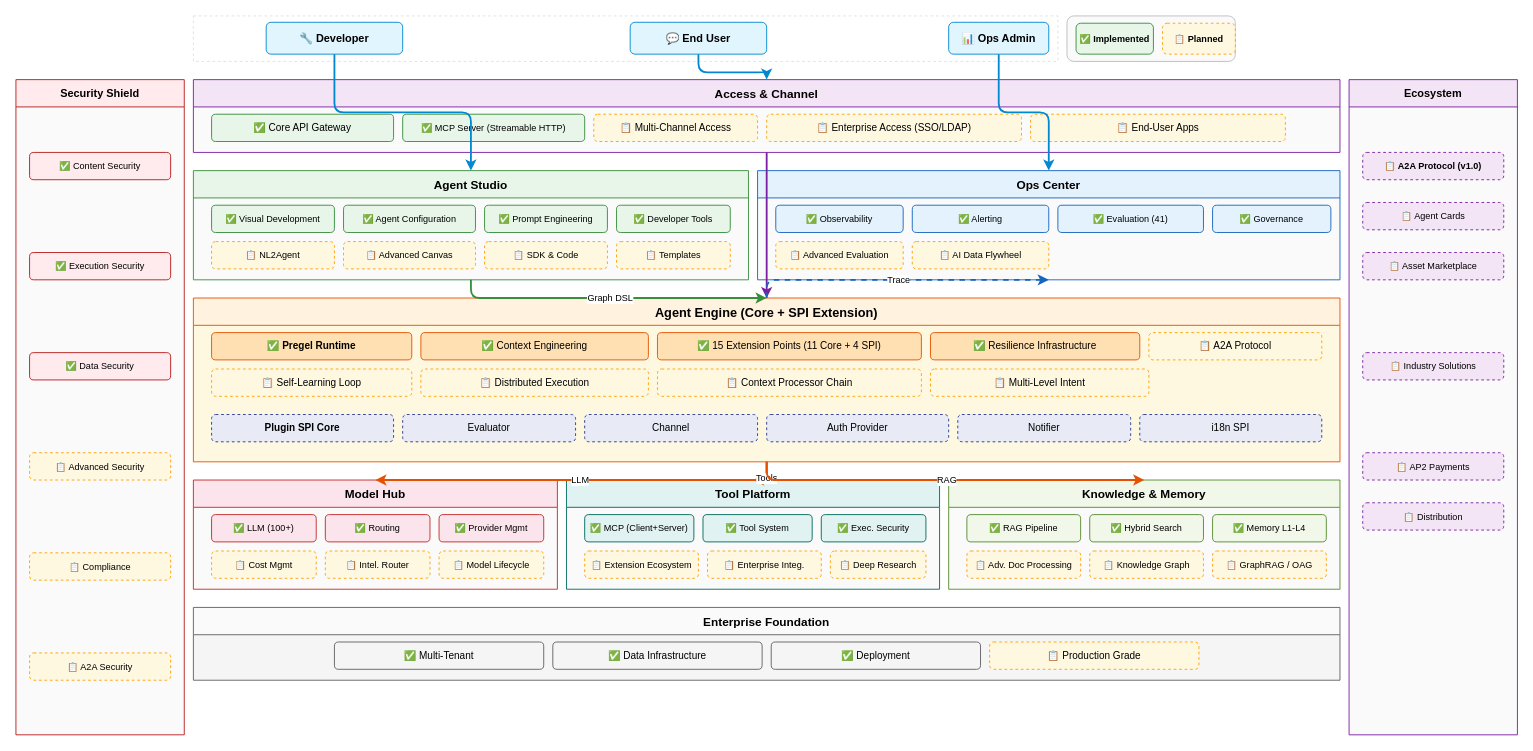
xueyufish/hecate keeps this draw.io diagram as docs/design/hardware/hardware_architecture.drawio. Above is the earlier version. Source tidied: cells renumbered, new cells numbered last; positions are measured from the earlier drawing's top-left corner, leaving out a move shared by most shapes. Both pictures are drawn from the tidied source at 91%, with x=0, y=0 at pixel (15, 15).
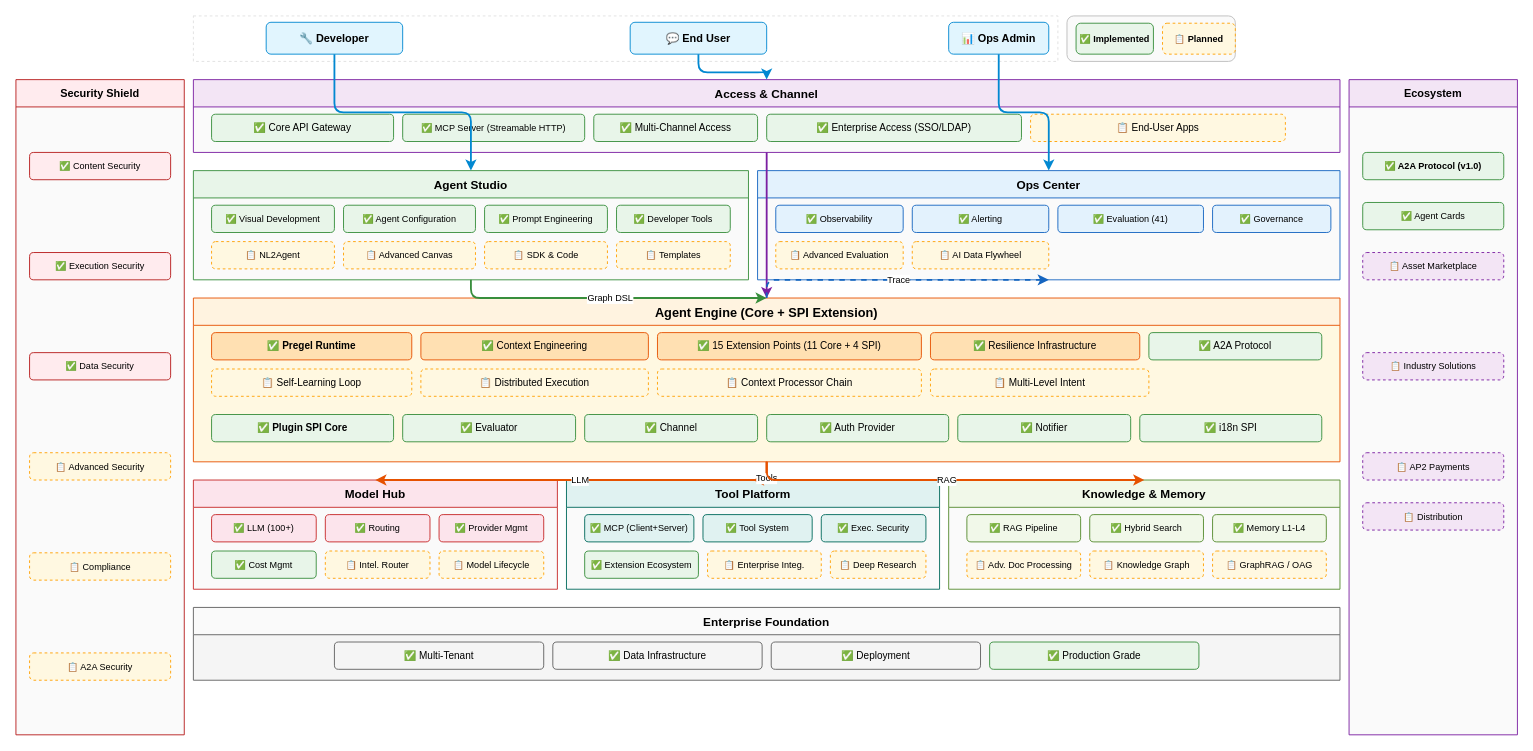
The same page after the edit.

Unchanged cells that the change refers to:
```xml
<mxCell id="12" value="Ecosystem" style="swimlane;startSize=30;fillColor=#F3E5F5;strokeColor=#7B1FA2;fontSize=12;fontStyle=1;swimlaneFillColor=#FAFAFA;" parent="1" vertex="1">
  <mxGeometry x="1465" y="70" width="185" height="720" as="geometry" />
</mxCell>
<mxCell id="23" value="Access &amp; Channel" style="swimlane;startSize=30;fillColor=#F3E5F5;strokeColor=#7B1FA2;fontSize=13;fontStyle=1;swimlaneFillColor=#FAFAFA;" parent="1" vertex="1">
  <mxGeometry x="195" y="70" width="1260" height="80" as="geometry" />
</mxCell>
<mxCell id="45" value="Agent Engine (Core + SPI Extension)" style="swimlane;startSize=30;fillColor=#FFF3E0;strokeColor=#E65100;fontSize=14;fontStyle=1;swimlaneFillColor=#FFF8E1;" parent="1" vertex="1">
  <mxGeometry x="195" y="310" width="1260" height="180" as="geometry" />
</mxCell>
<mxCell id="61" value="Model Hub" style="swimlane;startSize=30;fillColor=#FCE4EC;strokeColor=#C62828;fontSize=13;fontStyle=1;swimlaneFillColor=#FAFAFA;" parent="1" vertex="1">
  <mxGeometry x="195" y="510" width="400" height="120" as="geometry" />
</mxCell>
<mxCell id="68" value="Tool Platform" style="swimlane;startSize=30;fillColor=#E0F2F1;strokeColor=#00695C;fontSize=13;fontStyle=1;swimlaneFillColor=#FAFAFA;" parent="1" vertex="1">
  <mxGeometry x="605" y="510" width="410" height="120" as="geometry" />
</mxCell>
<mxCell id="82" value="Enterprise Foundation" style="swimlane;startSize=30;fillColor=#FAFAFA;strokeColor=#616161;fontSize=13;fontStyle=1;swimlaneFillColor=#F5F5F5;" parent="1" vertex="1">
  <mxGeometry x="195" y="650" width="1260" height="80" as="geometry" />
</mxCell>
```

Diff of the diagram source:
```diff
@@
-    <mxCell id="13" value="📋 A2A Protocol (v1.0)" style="rounded=1;whiteSpace=wrap;html=1;fillColor=#F3E5F5;strokeColor=#7B1FA2;dashed=1;fontSize=10;fontStyle=1;" parent="12" vertex="1">
+    <mxCell id="13" value="✅ A2A Protocol (v1.0)" style="rounded=1;whiteSpace=wrap;html=1;fillColor=#E8F5E9;strokeColor=#388E3C;fontSize=10;fontStyle=1;" parent="12" vertex="1">
       <mxGeometry x="15" y="80" width="155" height="30" as="geometry" />
     </mxCell>
-    <mxCell id="14" value="📋 Agent Cards" style="rounded=1;whiteSpace=wrap;html=1;fillColor=#F3E5F5;strokeColor=#7B1FA2;dashed=1;fontSize=10;" parent="12" vertex="1">
+    <mxCell id="14" value="✅ Agent Cards" style="rounded=1;whiteSpace=wrap;html=1;fillColor=#E8F5E9;strokeColor=#388E3C;fontSize=10;" parent="12" vertex="1">
       <mxGeometry x="15" y="135" width="155" height="30" as="geometry" />
     </mxCell>
@@
-    <mxCell id="26" value="📋 Multi-Channel Access" style="rounded=1;whiteSpace=wrap;html=1;fillColor=#FFF8E1;strokeColor=#FFA000;dashed=1;fontSize=11;" parent="23" vertex="1">
+    <mxCell id="26" value="✅ Multi-Channel Access" style="rounded=1;whiteSpace=wrap;html=1;fillColor=#E8F5E9;strokeColor=#388E3C;fontSize=11;" parent="23" vertex="1">
       <mxGeometry x="440" y="38" width="180" height="30" as="geometry" />
     </mxCell>
-    <mxCell id="27" value="📋 Enterprise Access (SSO/LDAP)" style="rounded=1;whiteSpace=wrap;html=1;fillColor=#FFF8E1;strokeColor=#FFA000;dashed=1;fontSize=11;" parent="23" vertex="1">
+    <mxCell id="27" value="✅ Enterprise Access (SSO/LDAP)" style="rounded=1;whiteSpace=wrap;html=1;fillColor=#E8F5E9;strokeColor=#388E3C;fontSize=11;" parent="23" vertex="1">
       <mxGeometry x="630" y="38" width="280" height="30" as="geometry" />
     </mxCell>
@@
-    <mxCell id="50" value="📋 A2A Protocol" style="rounded=1;whiteSpace=wrap;html=1;fillColor=#FFF8E1;strokeColor=#FFA000;dashed=1;fontSize=11;" parent="45" vertex="1">
+    <mxCell id="50" value="✅ A2A Protocol" style="rounded=1;whiteSpace=wrap;html=1;fillColor=#E8F5E9;strokeColor=#388E3C;fontSize=11;" parent="45" vertex="1">
       <mxGeometry x="1050" y="38" width="190" height="30" as="geometry" />
     </mxCell>
@@
-    <mxCell id="55" value="Plugin SPI Core" style="rounded=1;whiteSpace=wrap;html=1;fillColor=#E8EAF6;strokeColor=#283593;dashed=1;fontSize=11;fontStyle=1;" parent="45" vertex="1">
+    <mxCell id="55" value="✅ Plugin SPI Core" style="rounded=1;whiteSpace=wrap;html=1;fillColor=#E8F5E9;strokeColor=#388E3C;fontSize=11;fontStyle=1;" parent="45" vertex="1">
       <mxGeometry x="20" y="128" width="200" height="30" as="geometry" />
     </mxCell>
-    <mxCell id="56" value="Evaluator" style="rounded=1;whiteSpace=wrap;html=1;fillColor=#E8EAF6;strokeColor=#283593;dashed=1;fontSize=11;" parent="45" vertex="1">
+    <mxCell id="56" value="✅ Evaluator" style="rounded=1;whiteSpace=wrap;html=1;fillColor=#E8F5E9;strokeColor=#388E3C;fontSize=11;" parent="45" vertex="1">
       <mxGeometry x="230" y="128" width="190" height="30" as="geometry" />
     </mxCell>
-    <mxCell id="57" value="Channel" style="rounded=1;whiteSpace=wrap;html=1;fillColor=#E8EAF6;strokeColor=#283593;dashed=1;fontSize=11;" parent="45" vertex="1">
+    <mxCell id="57" value="✅ Channel" style="rounded=1;whiteSpace=wrap;html=1;fillColor=#E8F5E9;strokeColor=#388E3C;fontSize=11;" parent="45" vertex="1">
       <mxGeometry x="430" y="128" width="190" height="30" as="geometry" />
     </mxCell>
-    <mxCell id="58" value="Auth Provider" style="rounded=1;whiteSpace=wrap;html=1;fillColor=#E8EAF6;strokeColor=#283593;dashed=1;fontSize=11;" parent="45" vertex="1">
+    <mxCell id="58" value="✅ Auth Provider" style="rounded=1;whiteSpace=wrap;html=1;fillColor=#E8F5E9;strokeColor=#388E3C;fontSize=11;" parent="45" vertex="1">
       <mxGeometry x="630" y="128" width="200" height="30" as="geometry" />
     </mxCell>
-    <mxCell id="59" value="Notifier" style="rounded=1;whiteSpace=wrap;html=1;fillColor=#E8EAF6;strokeColor=#283593;dashed=1;fontSize=11;" parent="45" vertex="1">
+    <mxCell id="59" value="✅ Notifier" style="rounded=1;whiteSpace=wrap;html=1;fillColor=#E8F5E9;strokeColor=#388E3C;fontSize=11;" parent="45" vertex="1">
       <mxGeometry x="840" y="128" width="190" height="30" as="geometry" />
     </mxCell>
-    <mxCell id="60" value="i18n SPI" style="rounded=1;whiteSpace=wrap;html=1;fillColor=#E8EAF6;strokeColor=#283593;dashed=1;fontSize=11;" parent="45" vertex="1">
+    <mxCell id="60" value="✅ i18n SPI" style="rounded=1;whiteSpace=wrap;html=1;fillColor=#E8F5E9;strokeColor=#388E3C;fontSize=11;" parent="45" vertex="1">
       <mxGeometry x="1040" y="128" width="200" height="30" as="geometry" />
     </mxCell>
@@
-    <mxCell id="65" value="📋 Cost Mgmt" style="rounded=1;whiteSpace=wrap;html=1;fillColor=#FFF8E1;strokeColor=#FFA000;dashed=1;fontSize=10;" parent="61" vertex="1">
+    <mxCell id="65" value="✅ Cost Mgmt" style="rounded=1;whiteSpace=wrap;html=1;fillColor=#E8F5E9;strokeColor=#388E3C;fontSize=10;" parent="61" vertex="1">
       <mxGeometry x="20" y="78" width="115" height="30" as="geometry" />
     </mxCell>
@@
-    <mxCell id="72" value="📋 Extension Ecosystem" style="rounded=1;whiteSpace=wrap;html=1;fillColor=#FFF8E1;strokeColor=#FFA000;dashed=1;fontSize=10;" parent="68" vertex="1">
+    <mxCell id="72" value="✅ Extension Ecosystem" style="rounded=1;whiteSpace=wrap;html=1;fillColor=#E8F5E9;strokeColor=#388E3C;fontSize=10;" parent="68" vertex="1">
       <mxGeometry x="20" y="78" width="125" height="30" as="geometry" />
     </mxCell>
@@
-    <mxCell id="86" value="📋 Production Grade" style="rounded=1;whiteSpace=wrap;html=1;fillColor=#FFF8E1;strokeColor=#FFA000;dashed=1;fontSize=11;" parent="82" vertex="1">
+    <mxCell id="86" value="✅ Production Grade" style="rounded=1;whiteSpace=wrap;html=1;fillColor=#E8F5E9;strokeColor=#388E3C;fontSize=11;" parent="82" vertex="1">
       <mxGeometry x="875" y="38" width="230" height="30" as="geometry" />
     </mxCell>
```
